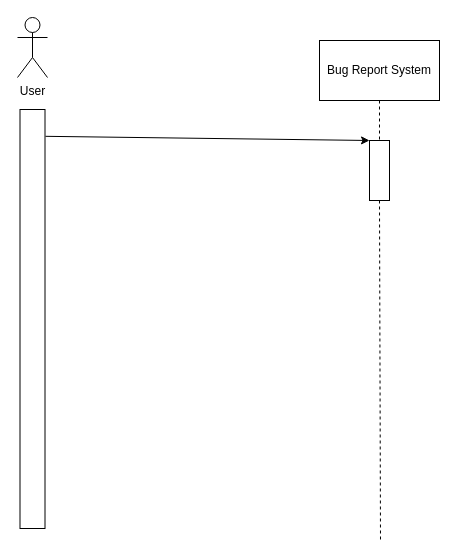
Above: UML-Diagrams/Bug-Report-System/Sequence-Diagram.drawio in ConradCJM/bugterra (draw.io), before the change. Source tidied: cells renumbered, new cells numbered last; positions are measured from the earlier drawing's top-left corner, leaving out a move shared by most shapes. Both pictures are drawn from the tidied source at 100%, with x=0, y=0 at pixel (17, 17).
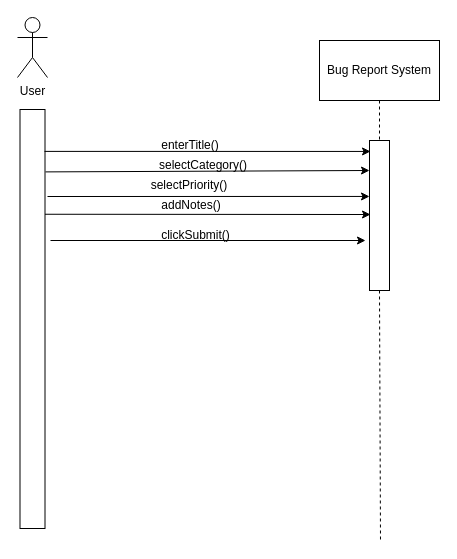
The same diagram, later.

Unchanged cells that the change refers to:
```xml
<mxCell id="4" style="rounded=0;whiteSpace=wrap;html=1;strokeColor=default;gradientColor=none;fillColor=default;" parent="1" vertex="1">
  <mxGeometry x="2.5" y="92" width="25" height="419" as="geometry" />
</mxCell>
```

Change to the diagram source:
```diff
@@
     <mxCell id="7" style="rounded=0;whiteSpace=wrap;html=1;" parent="1" vertex="1">
-      <mxGeometry x="352" y="123" width="20" height="60" as="geometry" />
+      <mxGeometry x="352" y="123" width="20" height="150" as="geometry" />
     </mxCell>
-    <mxCell id="8" style="endArrow=classic;html=1;rounded=0;entryX=0;entryY=0;entryDx=0;entryDy=0;exitX=1.02;exitY=0.064;exitDx=0;exitDy=0;exitPerimeter=0;spacing=0;jumpStyle=line;" parent="1" edge="1" source="4" target="7">
+    <mxCell id="8" style="endArrow=classic;html=1;rounded=0;spacing=0;jumpStyle=line;exitX=0.98;exitY=0.1;exitDx=0;exitDy=0;exitPerimeter=0;entryX=0.05;entryY=0.073;entryDx=0;entryDy=0;entryPerimeter=0;" parent="1" edge="1" source="4" target="7">
       <mxGeometry relative="1" as="geometry" />
     </mxCell>
+    <mxCell id="9" value="enterTitle()" style="text;html=1;whiteSpace=wrap;strokeColor=none;fillColor=none;align=center;verticalAlign=middle;rounded=0;" parent="1" vertex="1">
+      <mxGeometry x="143" y="113" width="60" height="30" as="geometry" />
+    </mxCell>
+    <mxCell id="10" style="endArrow=classic;html=1;rounded=0;spacing=0;jumpStyle=line;exitX=1.02;exitY=0.143;exitDx=0;exitDy=0;exitPerimeter=0;entryX=0;entryY=0.25;entryDx=0;entryDy=0;" parent="1" edge="1">
+      <mxGeometry relative="1" as="geometry">
+        <mxPoint x="28" y="154.4" as="sourcePoint" />
+        <mxPoint x="352" y="153" as="targetPoint" />
+      </mxGeometry>
+    </mxCell>
+    <mxCell id="11" value="selectCategory()" style="text;html=1;whiteSpace=wrap;strokeColor=none;fillColor=none;align=center;verticalAlign=middle;rounded=0;" parent="1" vertex="1">
+      <mxGeometry x="155.5" y="133" width="60" height="30" as="geometry" />
+    </mxCell>
+    <mxCell id="12" style="endArrow=classic;html=1;rounded=0;spacing=0;jumpStyle=line;entryX=0;entryY=0.373;entryDx=0;entryDy=0;entryPerimeter=0;" parent="1" edge="1" target="7">
+      <mxGeometry relative="1" as="geometry">
+        <mxPoint x="30" y="179" as="sourcePoint" />
+      </mxGeometry>
+    </mxCell>
+    <mxCell id="13" value="selectPriority()" style="text;html=1;whiteSpace=wrap;strokeColor=none;fillColor=none;align=center;verticalAlign=middle;rounded=0;" parent="1" vertex="1">
+      <mxGeometry x="141.5" y="153" width="60" height="30" as="geometry" />
+    </mxCell>
+    <mxCell id="14" style="endArrow=classic;html=1;rounded=0;spacing=0;jumpStyle=line;exitX=1;exitY=0.25;exitDx=0;exitDy=0;" parent="1" edge="1" source="4">
+      <mxGeometry relative="1" as="geometry">
+        <mxPoint x="353" y="197" as="targetPoint" />
+      </mxGeometry>
+    </mxCell>
+    <mxCell id="15" value="addNotes()" style="text;html=1;whiteSpace=wrap;strokeColor=none;fillColor=none;align=center;verticalAlign=middle;rounded=0;" parent="1" vertex="1">
+      <mxGeometry x="144" y="173" width="60" height="30" as="geometry" />
+    </mxCell>
+    <mxCell id="16" style="endArrow=classic;html=1;rounded=0;spacing=0;jumpStyle=line;" parent="1" edge="1">
+      <mxGeometry relative="1" as="geometry">
+        <mxPoint x="33" y="223" as="sourcePoint" />
+        <mxPoint x="348" y="223" as="targetPoint" />
+      </mxGeometry>
+    </mxCell>
+    <mxCell id="17" value="clickSubmit()" style="text;html=1;whiteSpace=wrap;strokeColor=none;fillColor=none;align=center;verticalAlign=middle;rounded=0;" parent="1" vertex="1">
+      <mxGeometry x="144" y="203" width="69" height="30" as="geometry" />
+    </mxCell>
```
